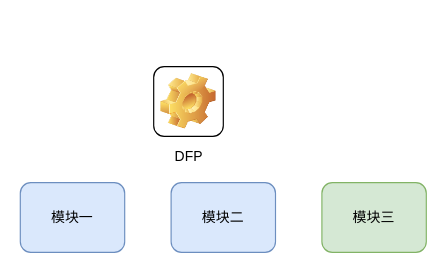
Above: Untitled Diagram.drawio in meterXu/drawiofile (draw.io), before the change. Source tidied: cells renumbered, new cells numbered last; positions are measured from the earlier drawing's top-left corner, leaving out a move shared by most shapes. Both pictures are drawn from the tidied source at 116%, with x=0, y=0 at pixel (20, 66).
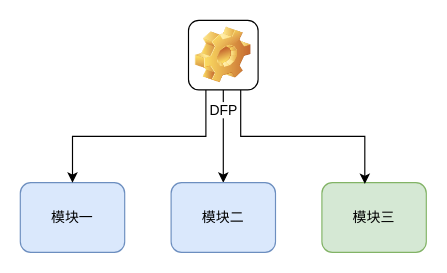
The same page after the edit.

The edit, as a diff of the source:
```diff
@@
 <mxGraphModel>
   <root>
     <mxCell id="0" />
     <mxCell id="1" parent="0" />
     <mxCell id="2" value="模块一" style="rounded=1;whiteSpace=wrap;html=1;fillColor=#dae8fc;strokeColor=#6c8ebf;" parent="1" vertex="1">
       <mxGeometry y="100" width="90" height="60" as="geometry" />
     </mxCell>
     <mxCell id="3" value="模块三" style="rounded=1;whiteSpace=wrap;html=1;fillColor=#d5e8d4;strokeColor=#82b366;" parent="1" vertex="1">
       <mxGeometry x="260" y="100" width="90" height="60" as="geometry" />
     </mxCell>
+    <mxCell id="6" style="edgeStyle=orthogonalEdgeStyle;rounded=0;jettySize=auto;html=1;exitX=0.25;exitY=1;exitDx=0;exitDy=0;" parent="1" edge="1" source="4" target="2">
+      <mxGeometry relative="1" as="geometry" />
+    </mxCell>
+    <mxCell id="7" style="edgeStyle=orthogonalEdgeStyle;rounded=0;jettySize=auto;html=1;exitX=0.5;exitY=1;exitDx=0;exitDy=0;" parent="1" edge="1" source="4" target="5">
+      <mxGeometry relative="1" as="geometry" />
+    </mxCell>
+    <mxCell id="8" style="edgeStyle=orthogonalEdgeStyle;rounded=0;jettySize=auto;html=1;exitX=0.75;exitY=1;exitDx=0;exitDy=0;entryX=0.411;entryY=0.017;entryDx=0;entryDy=0;entryPerimeter=0;" parent="1" edge="1" source="4" target="3">
+      <mxGeometry relative="1" as="geometry" />
+    </mxCell>
     <mxCell id="4" value="DFP" style="icon;html=1;image=img/clipart/Gear_128x128.png;" parent="1" vertex="1">
-      <mxGeometry x="115" width="60" height="60" as="geometry" />
+      <mxGeometry x="145" y="-40" width="60" height="60" as="geometry" />
     </mxCell>
     <mxCell id="5" value="模块二" style="rounded=1;whiteSpace=wrap;html=1;fillColor=#dae8fc;strokeColor=#6c8ebf;" parent="1" vertex="1">
       <mxGeometry x="130" y="100" width="90" height="60" as="geometry" />
     </mxCell>
   </root>
 </mxGraphModel>
```
